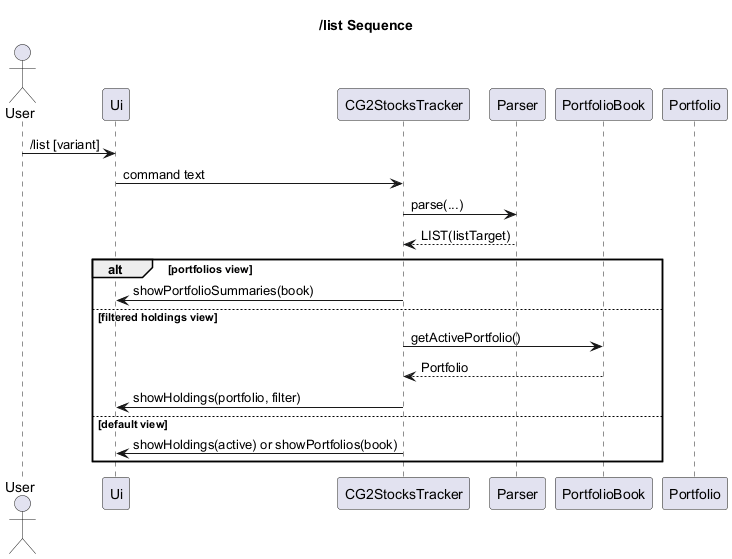
Earlier version of the PlantUML export docs/diagrams/PNG/list-command-sequence.png (joeLku1/tp). The source it was exported from:
```plantuml
@startuml
title /list Sequence

actor User
participant Ui
participant CG2StocksTracker
participant Parser
participant PortfolioBook
participant Portfolio

User -> Ui : /list [variant]
Ui -> CG2StocksTracker : command text
CG2StocksTracker -> Parser : parse(...)
Parser --> CG2StocksTracker : LIST(listTarget)

alt portfolios view
  CG2StocksTracker -> Ui : showPortfolioSummaries(book)
else filtered holdings view
  CG2StocksTracker -> PortfolioBook : getActivePortfolio()
  PortfolioBook --> CG2StocksTracker : Portfolio
  CG2StocksTracker -> Ui : showHoldings(portfolio, filter)
else default view
  CG2StocksTracker -> Ui : showHoldings(active) or showPortfolios(book)
end
@enduml
```
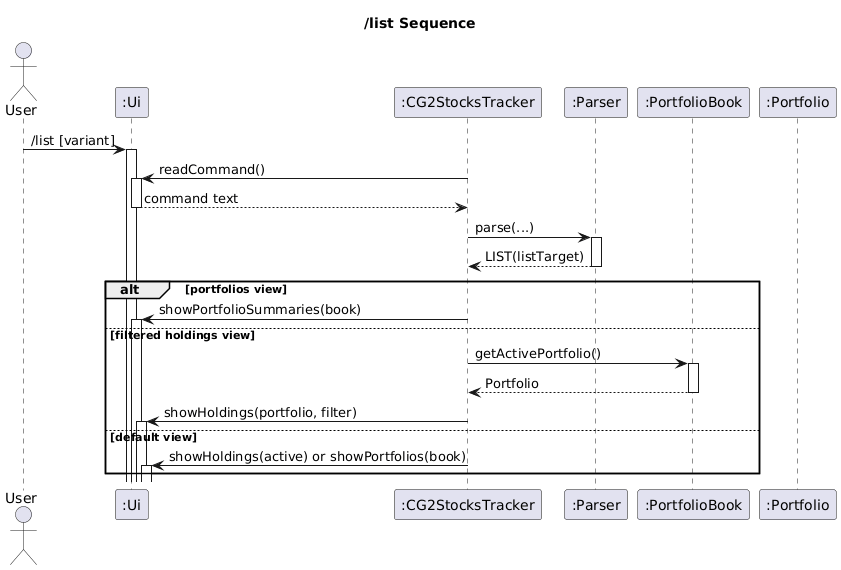
The same file after the commit.

What changed in the source:
```diff
@@ -1,15 +1,18 @@
 @startuml
+
 title /list Sequence
 
+autoactivate on
 actor User
-participant Ui
-participant CG2StocksTracker
-participant Parser
-participant PortfolioBook
-participant Portfolio
+participant ":Ui" as Ui
+participant ":CG2StocksTracker" as CG2StocksTracker
+participant ":Parser" as Parser
+participant ":PortfolioBook" as PortfolioBook
+participant ":Portfolio" as Portfolio
 
 User -> Ui : /list [variant]
-Ui -> CG2StocksTracker : command text
+CG2StocksTracker -> Ui : readCommand()
+Ui --> CG2StocksTracker : command text
 CG2StocksTracker -> Parser : parse(...)
 Parser --> CG2StocksTracker : LIST(listTarget)
 
```
